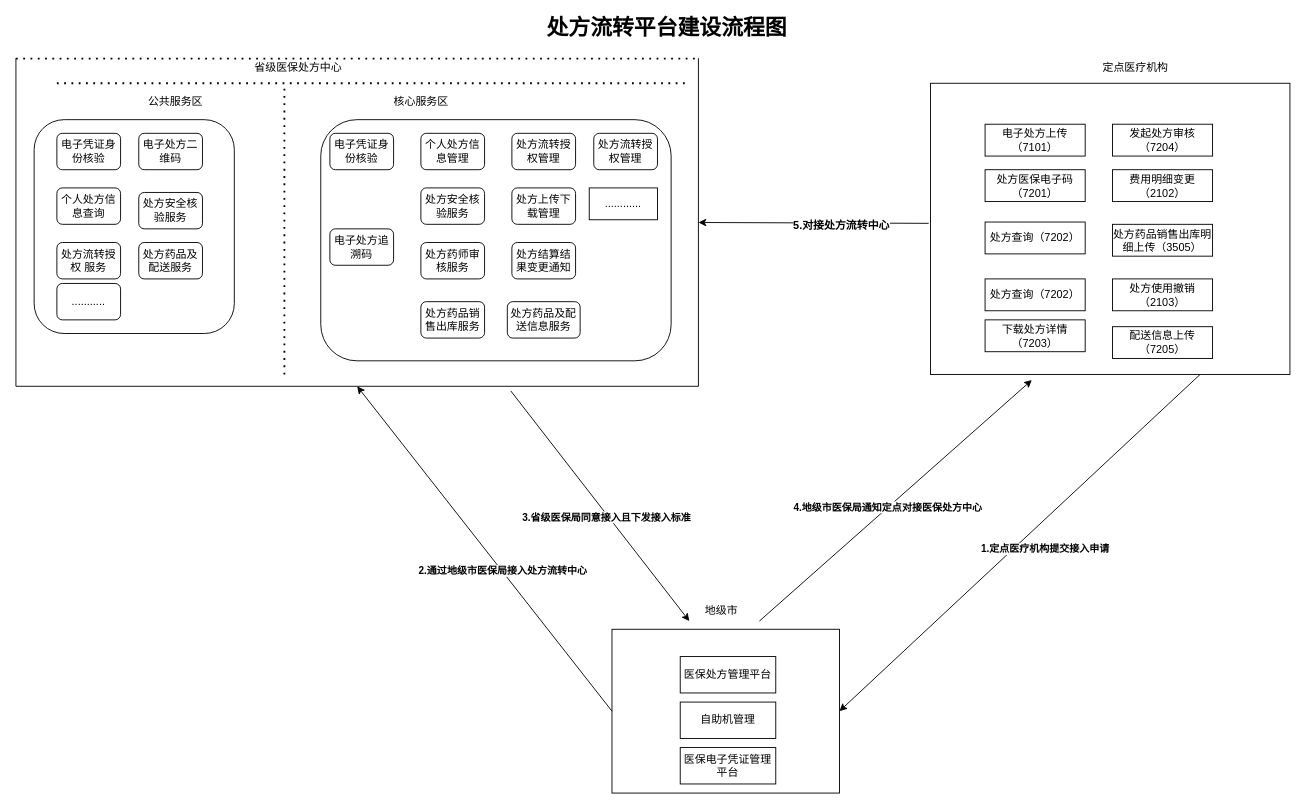
This is scis-master/Untitled Diagram.drawio from yangyutf/Springscxx, a draw.io file, before an edit. Source tidied: cells renumbered, new cells numbered last; positions are measured from the earlier drawing's top-left corner, leaving out a move shared by most shapes. Both pictures are drawn from the tidied source at 91%, with x=0, y=0 at pixel (15, 19).
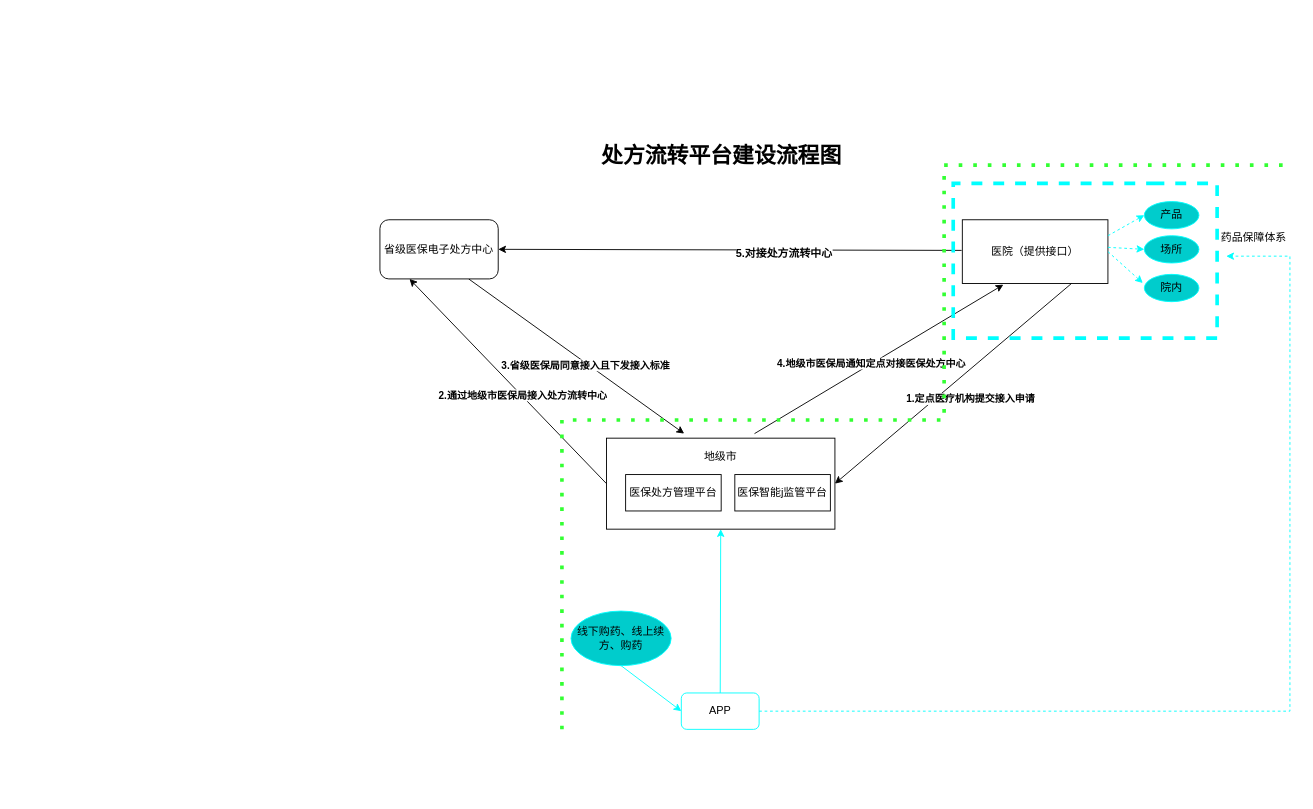
The same page after the edit.

Diff of the diagram source:
```diff
@@
-    <mxCell id="2" style="rounded=1;whiteSpace=wrap;html=1;rotation=-90;" parent="1" vertex="1">
-      <mxGeometry x="12.5" y="117.5" width="235" height="220" as="geometry" />
-    </mxCell>
-    <mxCell id="3" value="省级医保处方中心" style="text;html=1;align=center;verticalAlign=middle;strokeColor=none;fillColor=none;" parent="1" vertex="1">
-      <mxGeometry x="255" y="43" width="110" height="20" as="geometry" />
-    </mxCell>
-    <mxCell id="4" value="电子凭证身份核验" style="rounded=1;whiteSpace=wrap;html=1;" parent="1" vertex="1">
-      <mxGeometry x="45" y="125" width="70" height="40" as="geometry" />
-    </mxCell>
-    <mxCell id="5" style="rounded=1;whiteSpace=wrap;html=1;rotation=-90;" parent="1" vertex="1">
-      <mxGeometry x="395" y="50" width="265" height="385" as="geometry" />
-    </mxCell>
-    <mxCell id="6" value="电子处方二维码" style="rounded=1;whiteSpace=wrap;html=1;" parent="1" vertex="1">
-      <mxGeometry x="135" y="125" width="70" height="40" as="geometry" />
-    </mxCell>
-    <mxCell id="7" style="endArrow=none;dashed=1;html=1;dashPattern=1 3;strokeWidth=2;rounded=0;" parent="1" edge="1">
-      <mxGeometry relative="1" as="geometry">
-        <mxPoint x="45" y="70" as="sourcePoint" />
-        <mxPoint x="735" y="70" as="targetPoint" />
-      </mxGeometry>
-    </mxCell>
-    <mxCell id="8" style="endArrow=none;dashed=1;html=1;dashPattern=1 3;strokeWidth=2;rounded=0;" parent="1" edge="1">
-      <mxGeometry relative="1" as="geometry">
-        <mxPoint x="295" y="390" as="sourcePoint" />
-        <mxPoint x="295" y="70" as="targetPoint" />
-      </mxGeometry>
-    </mxCell>
-    <mxCell id="9" value="公共服务区" style="text;html=1;align=center;verticalAlign=middle;strokeColor=none;fillColor=none;" parent="1" vertex="1">
-      <mxGeometry x="135" y="80" width="80" height="20" as="geometry" />
-    </mxCell>
-    <mxCell id="10" value="核心服务区" style="text;html=1;align=center;verticalAlign=middle;strokeColor=none;fillColor=none;" parent="1" vertex="1">
-      <mxGeometry x="405" y="80" width="80" height="20" as="geometry" />
-    </mxCell>
-    <mxCell id="11" value="个人处方信息查询" style="rounded=1;whiteSpace=wrap;html=1;" parent="1" vertex="1">
-      <mxGeometry x="45" y="185" width="70" height="40" as="geometry" />
-    </mxCell>
-    <mxCell id="12" value="处方安全核验服务" style="rounded=1;whiteSpace=wrap;html=1;" parent="1" vertex="1">
-      <mxGeometry x="135" y="190" width="70" height="40" as="geometry" />
-    </mxCell>
-    <mxCell id="13" value="处方流转授权 服务" style="rounded=1;whiteSpace=wrap;html=1;" parent="1" vertex="1">
-      <mxGeometry x="45" y="245" width="70" height="40" as="geometry" />
-    </mxCell>
-    <mxCell id="14" value="处方药品及配送服务" style="rounded=1;whiteSpace=wrap;html=1;" parent="1" vertex="1">
-      <mxGeometry x="135" y="245" width="70" height="40" as="geometry" />
-    </mxCell>
-    <mxCell id="15" value="..........." style="rounded=1;whiteSpace=wrap;html=1;" parent="1" vertex="1">
-      <mxGeometry x="45" y="290" width="70" height="40" as="geometry" />
-    </mxCell>
-    <mxCell id="16" value="电子凭证身份核验" style="rounded=1;whiteSpace=wrap;html=1;" parent="1" vertex="1">
-      <mxGeometry x="345" y="125" width="70" height="40" as="geometry" />
-    </mxCell>
-    <mxCell id="17" value="电子处方追溯码" style="rounded=1;whiteSpace=wrap;html=1;" parent="1" vertex="1">
-      <mxGeometry x="345" y="230" width="70" height="40" as="geometry" />
-    </mxCell>
-    <mxCell id="18" value="个人处方信息管理" style="rounded=1;whiteSpace=wrap;html=1;" parent="1" vertex="1">
-      <mxGeometry x="445" y="125" width="70" height="40" as="geometry" />
-    </mxCell>
-    <mxCell id="19" value="处方流转授权管理" style="rounded=1;whiteSpace=wrap;html=1;" parent="1" vertex="1">
-      <mxGeometry x="545" y="125" width="70" height="40" as="geometry" />
-    </mxCell>
-    <mxCell id="20" value="处方安全核验服务" style="rounded=1;whiteSpace=wrap;html=1;" parent="1" vertex="1">
-      <mxGeometry x="445" y="185" width="70" height="40" as="geometry" />
-    </mxCell>
-    <mxCell id="21" value="处方上传下载管理" style="rounded=1;whiteSpace=wrap;html=1;" parent="1" vertex="1">
-      <mxGeometry x="545" y="185" width="70" height="40" as="geometry" />
-    </mxCell>
-    <mxCell id="22" value="处方药师审核服务" style="rounded=1;whiteSpace=wrap;html=1;" parent="1" vertex="1">
-      <mxGeometry x="445" y="245" width="70" height="40" as="geometry" />
-    </mxCell>
-    <mxCell id="23" value="处方结算结果变更通知" style="rounded=1;whiteSpace=wrap;html=1;" parent="1" vertex="1">
-      <mxGeometry x="545" y="245" width="70" height="40" as="geometry" />
-    </mxCell>
-    <mxCell id="24" value="处方药品销售出库服务" style="rounded=1;whiteSpace=wrap;html=1;" parent="1" vertex="1">
-      <mxGeometry x="445" y="310" width="70" height="40" as="geometry" />
-    </mxCell>
-    <mxCell id="25" value="处方药品及配送信息服务" style="rounded=1;whiteSpace=wrap;html=1;" parent="1" vertex="1">
-      <mxGeometry x="540" y="310" width="80" height="40" as="geometry" />
-    </mxCell>
-    <mxCell id="26" style="endArrow=none;dashed=1;html=1;dashPattern=1 3;strokeWidth=2;rounded=0;exitX=0;exitY=0;exitDx=0;exitDy=0;entryX=1;entryY=0;entryDx=0;entryDy=0;" parent="1" edge="1" source="46" target="46">
-      <mxGeometry relative="1" as="geometry" />
-    </mxCell>
     <mxCell id="27" style="rounded=0;whiteSpace=wrap;html=1;" parent="1" vertex="1">
-      <mxGeometry x="655" y="670" width="250" height="180" as="geometry" />
+      <mxGeometry x="649" y="460" width="251" height="100" as="geometry" />
     </mxCell>
-    <mxCell id="28" value="定点医疗机构" style="text;html=1;align=center;verticalAlign=middle;strokeColor=none;fillColor=none;" parent="1" vertex="1">
-      <mxGeometry x="1185" y="43" width="90" height="20" as="geometry" />
-    </mxCell>
-    <mxCell id="29" style="rounded=0;whiteSpace=wrap;html=1;" parent="1" vertex="1">
-      <mxGeometry x="1005" y="70" width="395" height="320" as="geometry" />
+    <mxCell id="29" value="医院（提供接口）" style="rounded=0;whiteSpace=wrap;html=1;" parent="1" vertex="1">
+      <mxGeometry x="1040" y="220" width="160" height="70" as="geometry" />
     </mxCell>
@@
-    <mxCell id="32" style="endArrow=classic;html=1;rounded=0;exitX=0;exitY=0.5;exitDx=0;exitDy=0;entryX=0.5;entryY=1;entryDx=0;entryDy=0;" parent="1" edge="1" source="27" target="46">
+    <mxCell id="32" style="endArrow=classic;html=1;rounded=0;exitX=0;exitY=0.5;exitDx=0;exitDy=0;entryX=0.25;entryY=1;entryDx=0;entryDy=0;" parent="1" edge="1" source="27" target="58">
       <mxGeometry relative="1" as="geometry" />
     </mxCell>
@@
     <mxCell id="34" value="地级市" style="text;html=1;align=center;verticalAlign=middle;strokeColor=none;fillColor=none;" parent="1" vertex="1">
-      <mxGeometry x="750" y="640" width="50" height="20" as="geometry" />
+      <mxGeometry x="749" y="470" width="50" height="20" as="geometry" />
     </mxCell>
-    <mxCell id="35" style="endArrow=classic;html=1;rounded=0;entryX=0.34;entryY=-0.05;entryDx=0;entryDy=0;entryPerimeter=0;exitX=0.725;exitY=1.014;exitDx=0;exitDy=0;exitPerimeter=0;" parent="1" edge="1" source="46" target="27">
+    <mxCell id="35" style="endArrow=classic;html=1;rounded=0;entryX=0.34;entryY=-0.05;entryDx=0;entryDy=0;entryPerimeter=0;exitX=0.75;exitY=1;exitDx=0;exitDy=0;" parent="1" edge="1" source="58" target="27">
       <mxGeometry relative="1" as="geometry" />
     </mxCell>
@@
-    <mxCell id="39" value="电子处方上传（7101）" style="rounded=0;whiteSpace=wrap;html=1;" parent="1" vertex="1">
-      <mxGeometry x="1065" y="115" width="110" height="35" as="geometry" />
-    </mxCell>
-    <mxCell id="40" value="处方医保电子码（7201）" style="rounded=0;whiteSpace=wrap;html=1;" parent="1" vertex="1">
-      <mxGeometry x="1065" y="165" width="110" height="35" as="geometry" />
-    </mxCell>
-    <mxCell id="41" value="处方查询（7202）" style="rounded=0;whiteSpace=wrap;html=1;" parent="1" vertex="1">
-      <mxGeometry x="1065" y="222.5" width="110" height="35" as="geometry" />
-    </mxCell>
-    <mxCell id="42" value="处方查询（7202）" style="rounded=0;whiteSpace=wrap;html=1;" parent="1" vertex="1">
-      <mxGeometry x="1065" y="285" width="110" height="35" as="geometry" />
-    </mxCell>
-    <mxCell id="43" value="下载处方详情（7203）" style="rounded=0;whiteSpace=wrap;html=1;" parent="1" vertex="1">
-      <mxGeometry x="1065" y="330" width="110" height="35" as="geometry" />
-    </mxCell>
-    <mxCell id="44" value="发起处方审核（7204）" style="rounded=0;whiteSpace=wrap;html=1;" parent="1" vertex="1">
-      <mxGeometry x="1205" y="115" width="110" height="35" as="geometry" />
-    </mxCell>
-    <mxCell id="45" value="处方流转授权管理" style="rounded=1;whiteSpace=wrap;html=1;" parent="1" vertex="1">
-      <mxGeometry x="635" y="125" width="70" height="40" as="geometry" />
-    </mxCell>
-    <mxCell id="46" style="shape=partialRectangle;whiteSpace=wrap;html=1;bottom=1;right=1;left=1;top=0;fillColor=none;routingCenterX=-0.5;" parent="1" vertex="1">
-      <mxGeometry y="43" width="750" height="360" as="geometry" />
-    </mxCell>
-    <mxCell id="47" value="费用明细变更（2102）" style="rounded=0;whiteSpace=wrap;html=1;" parent="1" vertex="1">
-      <mxGeometry x="1205" y="165" width="110" height="35" as="geometry" />
-    </mxCell>
-    <mxCell id="48" value="处方药品销售出库明细上传（3505）" style="rounded=0;whiteSpace=wrap;html=1;" parent="1" vertex="1">
-      <mxGeometry x="1205" y="225" width="110" height="35" as="geometry" />
-    </mxCell>
-    <mxCell id="49" value="............" style="rounded=0;whiteSpace=wrap;html=1;" parent="1" vertex="1">
-      <mxGeometry x="630" y="185" width="75" height="35" as="geometry" />
-    </mxCell>
-    <mxCell id="50" value="处方使用撤销（2103）" style="rounded=0;whiteSpace=wrap;html=1;" parent="1" vertex="1">
-      <mxGeometry x="1205" y="285" width="110" height="35" as="geometry" />
-    </mxCell>
-    <mxCell id="51" value="配送信息上传（7205）" style="rounded=0;whiteSpace=wrap;html=1;" parent="1" vertex="1">
-      <mxGeometry x="1205" y="337.5" width="110" height="35" as="geometry" />
-    </mxCell>
-    <mxCell id="52" style="endArrow=classic;html=1;rounded=0;entryX=1;entryY=0.5;entryDx=0;entryDy=0;exitX=-0.005;exitY=0.481;exitDx=0;exitDy=0;exitPerimeter=0;" parent="1" edge="1" source="29" target="46">
+    <mxCell id="52" style="endArrow=classic;html=1;rounded=0;entryX=1;entryY=0.5;entryDx=0;entryDy=0;exitX=-0.005;exitY=0.481;exitDx=0;exitDy=0;exitPerimeter=0;" parent="1" edge="1" source="29" target="58">
       <mxGeometry relative="1" as="geometry" />
     </mxCell>
@@
     <mxCell id="54" value="&lt;span style=&quot;font-size: 24px&quot;&gt;&lt;b&gt;处方流转平台建设流程图&lt;/b&gt;&lt;/span&gt;" style="text;html=1;align=center;verticalAlign=middle;strokeColor=none;fillColor=none;" parent="1" vertex="1">
-      <mxGeometry x="575" width="280" height="20" as="geometry" />
+      <mxGeometry x="634.5" y="140" width="280" height="20" as="geometry" />
     </mxCell>
     <mxCell id="55" value="医保处方管理平台" style="rounded=0;whiteSpace=wrap;html=1;fontSize=12;" parent="1" vertex="1">
-      <mxGeometry x="730" y="700" width="105" height="40" as="geometry" />
+      <mxGeometry x="670" y="500" width="105" height="40" as="geometry" />
     </mxCell>
-    <mxCell id="56" value="自助机管理" style="rounded=0;whiteSpace=wrap;html=1;fontSize=12;" parent="1" vertex="1">
-      <mxGeometry x="730" y="750" width="105" height="40" as="geometry" />
+    <mxCell id="56" value="医保智能j监管平台" style="rounded=0;whiteSpace=wrap;html=1;fontSize=12;" parent="1" vertex="1">
+      <mxGeometry x="790" y="500" width="105" height="40" as="geometry" />
     </mxCell>
-    <mxCell id="57" value="医保电子凭证管理平台" style="rounded=0;whiteSpace=wrap;html=1;fontSize=12;" parent="1" vertex="1">
-      <mxGeometry x="730" y="800" width="105" height="40" as="geometry" />
-    </mxCell>
+    <mxCell id="58" value="省级医保电子处方中心" style="rounded=1;whiteSpace=wrap;html=1;" parent="1" vertex="1">
+      <mxGeometry x="400" y="220" width="130" height="65" as="geometry" />
+    </mxCell>
+    <mxCell id="59" style="endArrow=none;dashed=1;html=1;dashPattern=1 3;strokeWidth=4;rounded=0;strokeColor=#33FF33;" parent="1" edge="1">
+      <mxGeometry relative="1" as="geometry">
+        <mxPoint x="600" y="780" as="sourcePoint" />
+        <mxPoint x="1400" y="160" as="targetPoint" />
+        <Array as="points">
+          <mxPoint x="600" y="440" />
+          <mxPoint x="1020" y="440" />
+          <mxPoint x="1020" y="160" />
+        </Array>
+      </mxGeometry>
+    </mxCell>
+    <mxCell id="60" value="APP" style="rounded=1;whiteSpace=wrap;html=1;strokeColor=#00FFFF;" parent="1" vertex="1">
+      <mxGeometry x="731.2" y="740" width="85.5" height="40" as="geometry" />
+    </mxCell>
+    <mxCell id="61" style="endArrow=classic;html=1;rounded=0;strokeColor=#00FFFF;strokeWidth=1;exitX=0.5;exitY=0;exitDx=0;exitDy=0;entryX=0.5;entryY=1;entryDx=0;entryDy=0;" parent="1" edge="1" source="60" target="27">
+      <mxGeometry relative="1" as="geometry" />
+    </mxCell>
+    <mxCell id="62" value="线下购药、线上续方、购药" style="ellipse;whiteSpace=wrap;html=1;strokeColor=#00FFFF;fillColor=#00CCCC;" parent="1" vertex="1">
+      <mxGeometry x="610" y="650" width="110" height="60" as="geometry" />
+    </mxCell>
+    <mxCell id="63" style="endArrow=classic;html=1;rounded=0;strokeColor=#00FFFF;strokeWidth=1;exitX=0.5;exitY=1;exitDx=0;exitDy=0;entryX=0;entryY=0.5;entryDx=0;entryDy=0;" parent="1" edge="1" source="62" target="60">
+      <mxGeometry relative="1" as="geometry" />
+    </mxCell>
+    <mxCell id="64" style="endArrow=none;dashed=1;html=1;strokeWidth=4;rounded=0;strokeColor=#00FFFF;" parent="1" edge="1">
+      <mxGeometry relative="1" as="geometry">
+        <mxPoint x="1250" y="180" as="sourcePoint" />
+        <mxPoint x="1250" y="180" as="targetPoint" />
+        <Array as="points">
+          <mxPoint x="1320" y="180" />
+          <mxPoint x="1320" y="350" />
+          <mxPoint x="1190" y="350" />
+          <mxPoint x="1030" y="350" />
+          <mxPoint x="1030" y="180" />
+        </Array>
+      </mxGeometry>
+    </mxCell>
+    <mxCell id="65" value="产品" style="ellipse;whiteSpace=wrap;html=1;strokeColor=#00FFFF;fillColor=#00CCCC;" parent="1" vertex="1">
+      <mxGeometry x="1240" y="200" width="60" height="30" as="geometry" />
+    </mxCell>
+    <mxCell id="66" value="场所" style="ellipse;whiteSpace=wrap;html=1;strokeColor=#00FFFF;fillColor=#00CCCC;" parent="1" vertex="1">
+      <mxGeometry x="1240" y="237.5" width="60" height="30" as="geometry" />
+    </mxCell>
+    <mxCell id="67" value="院内" style="ellipse;whiteSpace=wrap;html=1;strokeColor=#00FFFF;fillColor=#00CCCC;" parent="1" vertex="1">
+      <mxGeometry x="1240" y="280" width="60" height="30" as="geometry" />
+    </mxCell>
+    <mxCell id="68" style="endArrow=classic;html=1;rounded=0;dashed=1;strokeColor=#00FFFF;strokeWidth=1;exitX=1;exitY=0.25;exitDx=0;exitDy=0;entryX=0;entryY=0.5;entryDx=0;entryDy=0;" parent="1" edge="1" source="29" target="65">
+      <mxGeometry relative="1" as="geometry" />
+    </mxCell>
+    <mxCell id="69" style="endArrow=classic;html=1;rounded=0;dashed=1;strokeColor=#00FFFF;strokeWidth=1;exitX=1;exitY=0.433;exitDx=0;exitDy=0;entryX=0;entryY=0.5;entryDx=0;entryDy=0;exitPerimeter=0;" parent="1" edge="1" source="29" target="66">
+      <mxGeometry relative="1" as="geometry" />
+    </mxCell>
+    <mxCell id="70" style="endArrow=classic;html=1;rounded=0;dashed=1;strokeColor=#00FFFF;strokeWidth=1;exitX=1;exitY=0.5;exitDx=0;exitDy=0;entryX=-0.028;entryY=0.317;entryDx=0;entryDy=0;entryPerimeter=0;" parent="1" edge="1" source="29" target="67">
+      <mxGeometry relative="1" as="geometry" />
+    </mxCell>
+    <mxCell id="71" style="endArrow=classic;html=1;rounded=0;dashed=1;strokeColor=#00FFFF;strokeWidth=1;exitX=1;exitY=0.5;exitDx=0;exitDy=0;" parent="1" edge="1" source="60">
+      <mxGeometry relative="1" as="geometry">
+        <mxPoint x="1330" y="260" as="targetPoint" />
+        <Array as="points">
+          <mxPoint x="1400" y="760" />
+          <mxPoint x="1400" y="260" />
+        </Array>
+      </mxGeometry>
+    </mxCell>
+    <mxCell id="72" value="药品保障体系" style="text;html=1;align=center;verticalAlign=middle;strokeColor=none;fillColor=none;" parent="1" vertex="1">
+      <mxGeometry x="1315" y="230" width="90" height="20" as="geometry" />
+    </mxCell>
```
